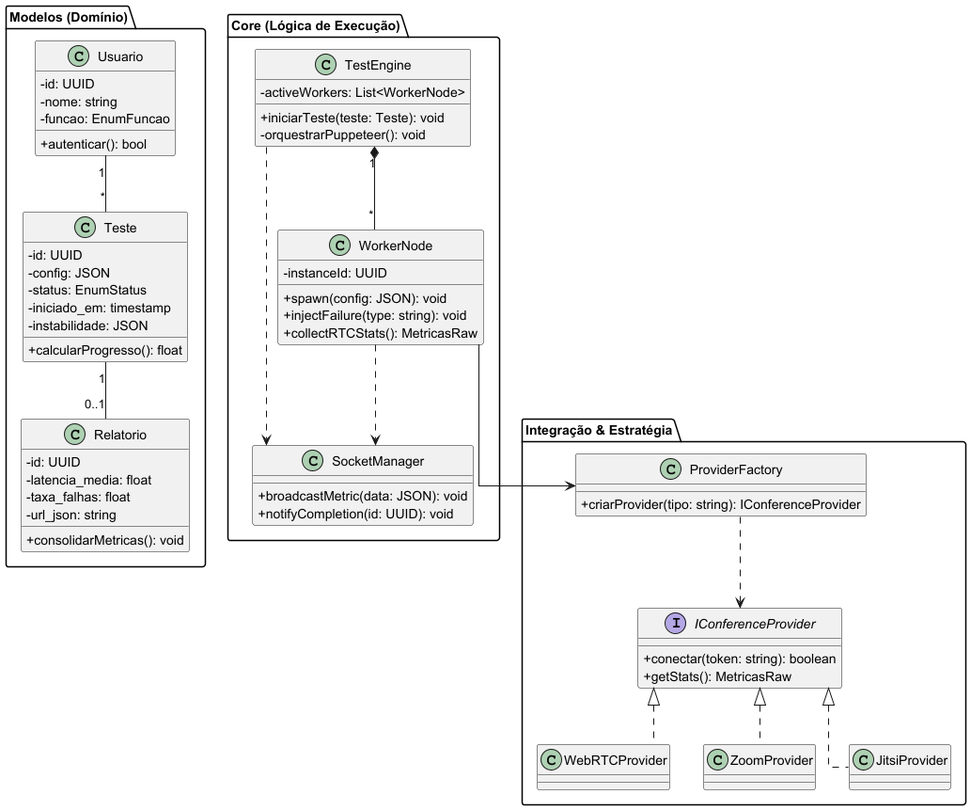
Above: Artefatos/DiagramaDeClasses.png in ICEI-PUC-Minas-PPLES-TI/plf-es-2025-2-tcci-0393100-dev-rafael-parreira (PlantUML), before the change. Source of this version:
```plantuml
@startuml
skinparam linetype ortho
skinparam classAttributeIconSize 0

package "Modelos (Domínio)" {
    class Usuario {
      - id: UUID
      - nome: string
      - funcao: EnumFuncao
      + autenticar(): bool
    }

    class Teste {
      - id: UUID
      - config: JSON
      - status: EnumStatus
      - iniciado_em: timestamp
      - instabilidade: JSON
      + calcularProgresso(): float
    }

    class Relatorio {
      - id: UUID
      - latencia_media: float
      - taxa_falhas: float
      - url_json: string
      + consolidarMetricas(): void
    }
}

package "Core (Lógica de Execução)" {
    class TestEngine {
        - activeWorkers: List<WorkerNode>
        + iniciarTeste(teste: Teste): void
        - orquestrarPuppeteer(): void
    }

    class WorkerNode {
        - instanceId: UUID
        + spawn(config: JSON): void
        + injectFailure(type: string): void
        + collectRTCStats(): MetricasRaw
    }

    class SocketManager {
        + broadcastMetric(data: JSON): void
        + notifyCompletion(id: UUID): void
    }
}

package "Integração & Estratégia" {
    class ProviderFactory {
        + criarProvider(tipo: string): IConferenceProvider
    }

    interface IConferenceProvider {
        + conectar(token: string): boolean
        + getStats(): MetricasRaw
    }

    class WebRTCProvider implements IConferenceProvider
    class ZoomProvider implements IConferenceProvider
    class JitsiProvider implements IConferenceProvider
}

Usuario "1" -- "*" Teste
Teste "1" -- "0..1" Relatorio

TestEngine "1" *-- "*" WorkerNode
WorkerNode --> ProviderFactory
ProviderFactory ..> IConferenceProvider
TestEngine ..> SocketManager
WorkerNode ..> SocketManager
@enduml
```
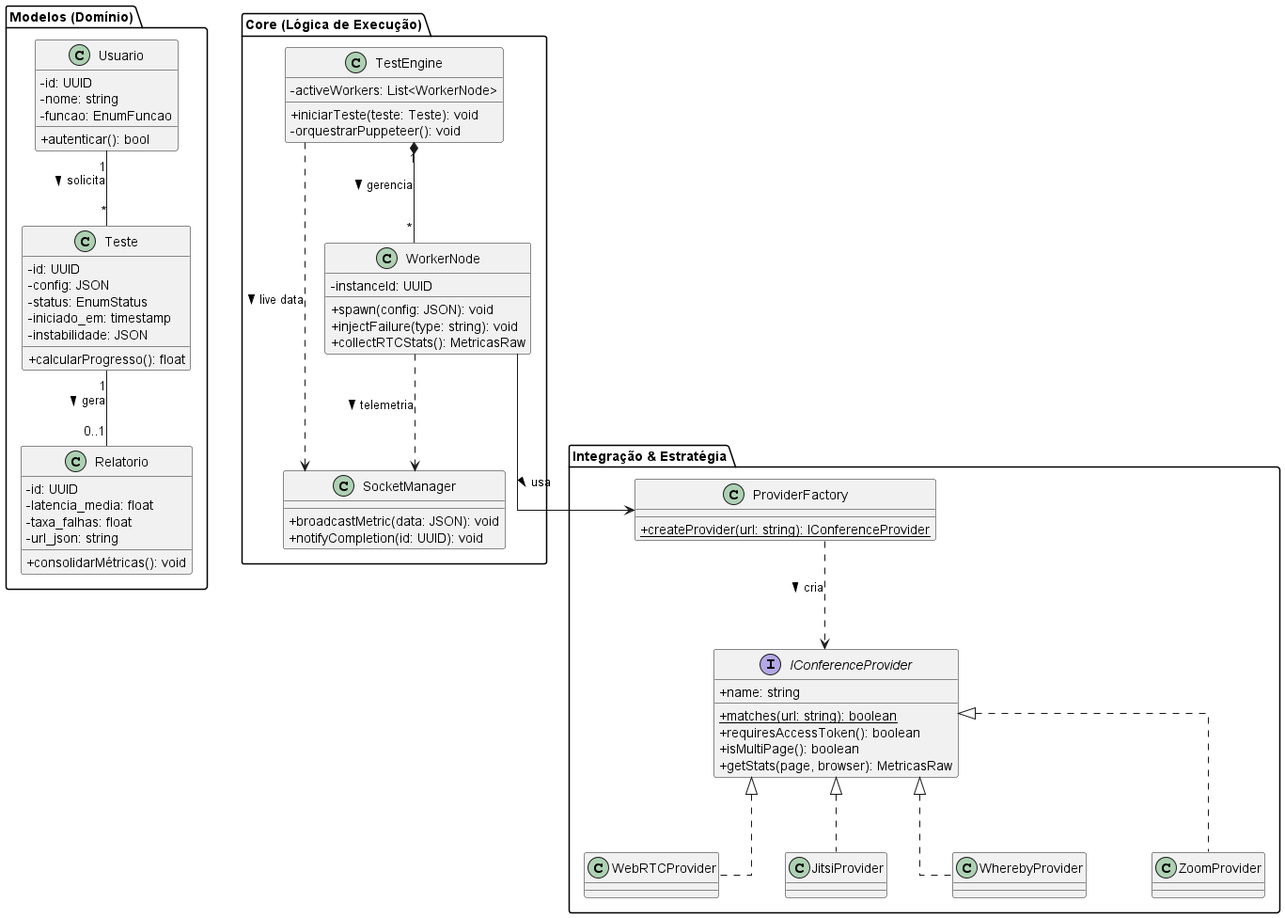
Above is the later version.

Change to the diagram source:
```diff
@@ -1,6 +1,9 @@
 @startuml
 skinparam linetype ortho
 skinparam classAttributeIconSize 0
+skinparam nodesep 70
+skinparam ranksep 80
+skinparam shadowing false
 
 package "Modelos (Domínio)" {
     class Usuario {
@@ -24,7 +27,7 @@
       - latencia_media: float
       - taxa_falhas: float
       - url_json: string
-      + consolidarMetricas(): void
+      + consolidarMétricas(): void
     }
 }
 
@@ -50,25 +53,29 @@
 
 package "Integração & Estratégia" {
     class ProviderFactory {
-        + criarProvider(tipo: string): IConferenceProvider
+        + {static} createProvider(url: string): IConferenceProvider
     }
 
     interface IConferenceProvider {
-        + conectar(token: string): boolean
-        + getStats(): MetricasRaw
+        + {static} matches(url: string): boolean
+        + name: string
+        + requiresAccessToken(): boolean
+        + isMultiPage(): boolean
+        + getStats(page, browser): MetricasRaw
     }
 
     class WebRTCProvider implements IConferenceProvider
+    class JitsiProvider implements IConferenceProvider
+    class WherebyProvider implements IConferenceProvider
     class ZoomProvider implements IConferenceProvider
-    class JitsiProvider implements IConferenceProvider
 }
 
-Usuario "1" -- "*" Teste
-Teste "1" -- "0..1" Relatorio
+Usuario "1" -- "*" Teste : solicita >
+Teste "1" -- "0..1" Relatorio : gera >
 
-TestEngine "1" *-- "*" WorkerNode
-WorkerNode --> ProviderFactory
-ProviderFactory ..> IConferenceProvider
-TestEngine ..> SocketManager
-WorkerNode ..> SocketManager
+TestEngine "1" *-- "*" WorkerNode : gerencia >
+WorkerNode --> ProviderFactory : usa >
+ProviderFactory ..> IConferenceProvider : cria >
+TestEngine ..> SocketManager : live data >
+WorkerNode ..> SocketManager : telemetria >
 @enduml
```
